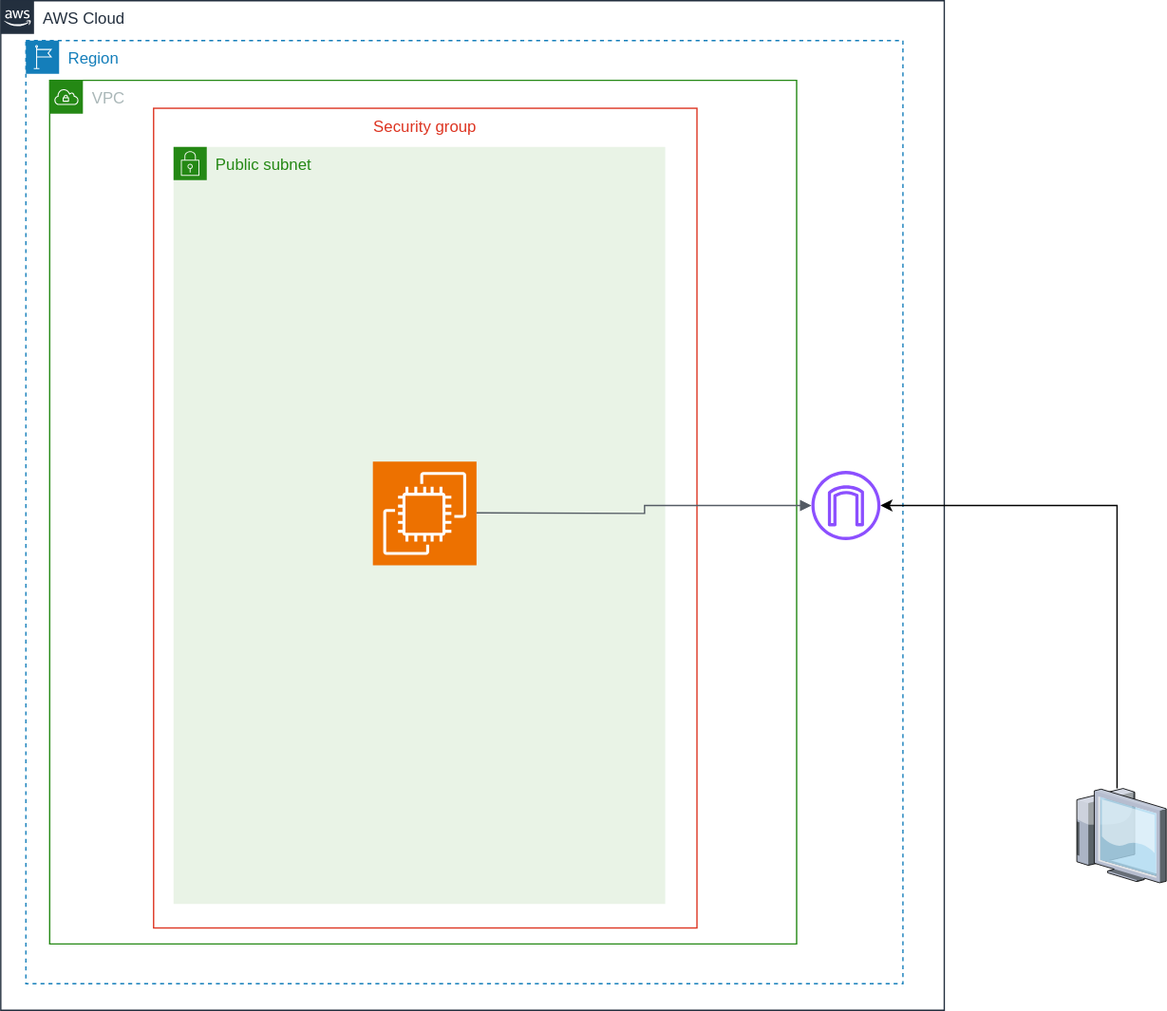
Before: assets/cenário.svg, a diagram exported from draw.io (joaopaulonr/aws-nfs-deployment). Source tidied: cells renumbered, new cells last; positions are measured from the earlier drawing's top-left corner, leaving out a move shared by most shapes. The source it was exported from:
```xml
<mxGraphModel>
  <root>
    <mxCell id="0" />
    <mxCell id="1" parent="0" />
    <mxCell id="2" value="AWS Cloud" style="gradientColor=none;html=1;whiteSpace=wrap;fontSize=12;fontStyle=0;shape=mxgraph.aws4.group;grIcon=mxgraph.aws4.group_aws_cloud_alt;strokeColor=#232F3E;fillColor=none;verticalAlign=top;align=left;spacingLeft=30;fontColor=#232F3E;dashed=0;labelBackgroundColor=#ffffff;" parent="1" vertex="1">
      <mxGeometry width="710" height="760" as="geometry" />
    </mxCell>
    <mxCell id="3" style="group;" parent="1" vertex="1">
      <mxGeometry x="18.9" y="30" width="731.1" height="710" as="geometry" />
    </mxCell>
    <mxCell id="4" value="Region" style="gradientColor=none;html=1;whiteSpace=wrap;fontSize=12;fontStyle=0;shape=mxgraph.aws4.group;grIcon=mxgraph.aws4.group_region;strokeColor=#147EBA;fillColor=none;verticalAlign=top;align=left;spacingLeft=30;fontColor=#147EBA;dashed=1;" parent="3" vertex="1">
      <mxGeometry width="660" height="710" as="geometry" />
    </mxCell>
    <mxCell id="5" value="VPC" style="gradientColor=none;html=1;whiteSpace=wrap;fontSize=12;fontStyle=0;shape=mxgraph.aws4.group;grIcon=mxgraph.aws4.group_vpc;strokeColor=#248814;fillColor=none;verticalAlign=top;align=left;spacingLeft=30;fontColor=#AAB7B8;dashed=0;" parent="4" vertex="1">
      <mxGeometry x="17.9" y="30" width="562.1" height="650" as="geometry" />
    </mxCell>
    <mxCell id="6" value="Public subnet" style="gradientColor=none;html=1;whiteSpace=wrap;fontSize=12;fontStyle=0;shape=mxgraph.aws4.group;grIcon=mxgraph.aws4.group_security_group;grStroke=0;strokeColor=#248814;fillColor=#E9F3E6;verticalAlign=top;align=left;spacingLeft=30;fontColor=#248814;dashed=0;" parent="5" vertex="1">
      <mxGeometry x="93.2" y="50" width="370" height="570" as="geometry" />
    </mxCell>
    <mxCell id="7" style="sketch=0;outlineConnect=0;fontColor=#232F3E;gradientColor=none;fillColor=#8C4FFF;strokeColor=none;dashed=0;verticalLabelPosition=bottom;verticalAlign=top;align=center;html=1;fontSize=12;fontStyle=0;shape=mxgraph.aws4.internet_gateway;" parent="3" vertex="1">
      <mxGeometry x="591.1" y="324" width="52" height="52" as="geometry" />
    </mxCell>
    <mxCell id="8" value="Security group" style="fillColor=none;strokeColor=#DD3522;verticalAlign=top;fontStyle=0;fontColor=#DD3522;whiteSpace=wrap;html=1;" parent="3" vertex="1">
      <mxGeometry x="96.1" y="51" width="408.9" height="617" as="geometry" />
    </mxCell>
    <mxCell id="9" style="sketch=0;fontColor=#232F3E;fillColor=#ED7100;strokeColor=#ffffff;dashed=0;verticalLabelPosition=bottom;verticalAlign=top;align=center;html=1;fontSize=12;fontStyle=0;shape=mxgraph.aws4.resourceIcon;resIcon=mxgraph.aws4.ec2;" parent="3" vertex="1">
      <mxGeometry x="261.1" y="317" width="78" height="78" as="geometry" />
    </mxCell>
    <mxCell id="10" style="edgeStyle=orthogonalEdgeStyle;html=1;endArrow=block;elbow=vertical;startArrow=none;endFill=1;strokeColor=#545B64;rounded=0;" parent="3" edge="1" target="7">
      <mxGeometry relative="1" as="geometry">
        <mxPoint x="339.1" y="355.5" as="sourcePoint" />
      </mxGeometry>
    </mxCell>
    <mxCell id="11" style="edgeStyle=orthogonalEdgeStyle;rounded=0;jettySize=auto;html=1;" parent="1" edge="1" source="12" target="7">
      <mxGeometry relative="1" as="geometry">
        <Array as="points">
          <mxPoint x="840" y="380" />
        </Array>
      </mxGeometry>
    </mxCell>
    <mxCell id="12" style="verticalLabelPosition=bottom;sketch=0;html=1;verticalAlign=top;strokeColor=none;align=center;outlineConnect=0;shape=mxgraph.citrix.thin_client;" parent="1" vertex="1">
      <mxGeometry x="806" y="593" width="71" height="71" as="geometry" />
    </mxCell>
  </root>
</mxGraphModel>
```
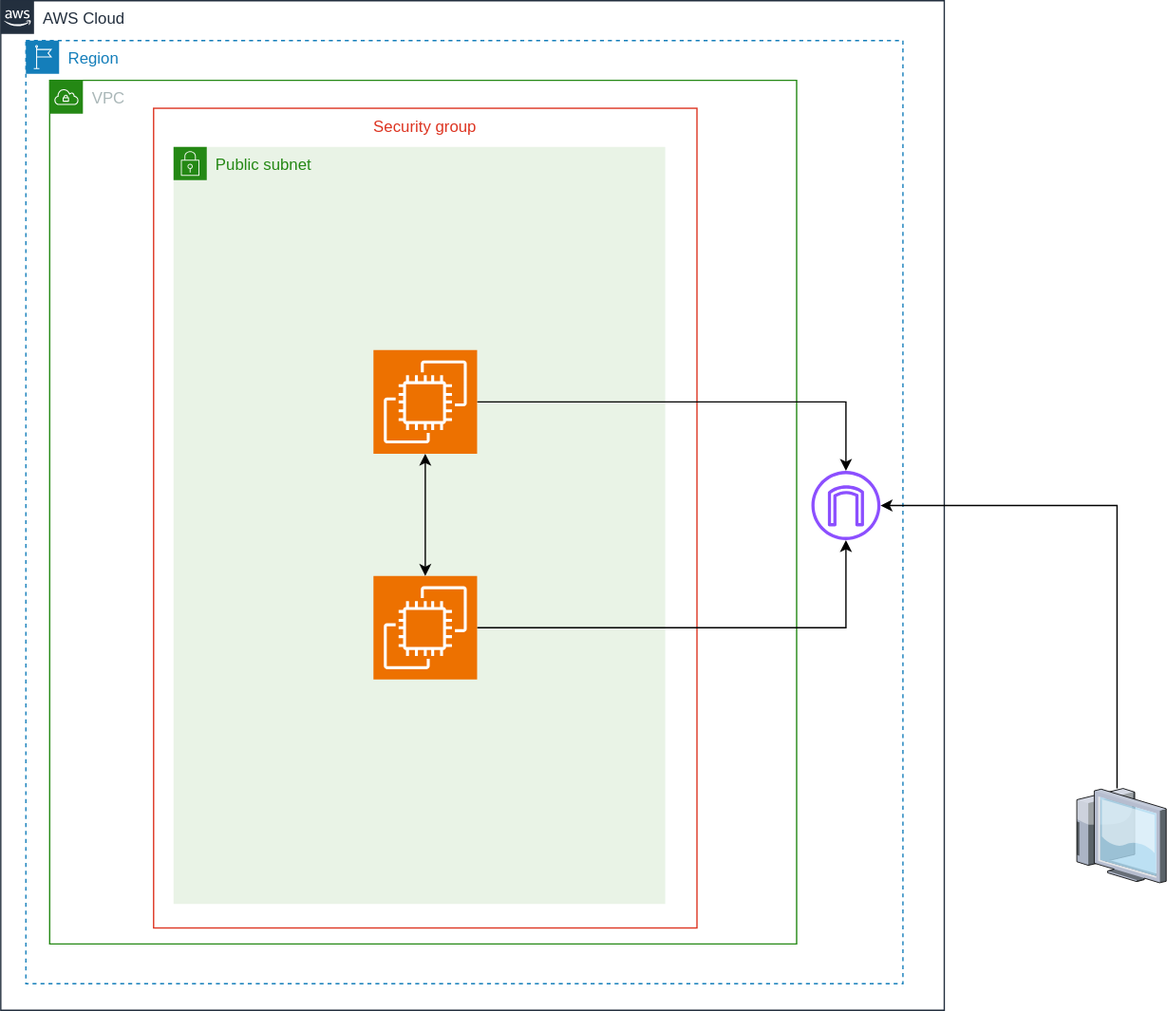
Later version of the same file.

Commit message:
Cenário atualizado

The edit, as a diff of the source:
```diff
@@ -23,23 +23,30 @@
     <mxCell id="8" value="Security group" style="fillColor=none;strokeColor=#DD3522;verticalAlign=top;fontStyle=0;fontColor=#DD3522;whiteSpace=wrap;html=1;" parent="3" vertex="1">
       <mxGeometry x="96.1" y="51" width="408.9" height="617" as="geometry" />
     </mxCell>
-    <mxCell id="9" style="sketch=0;fontColor=#232F3E;fillColor=#ED7100;strokeColor=#ffffff;dashed=0;verticalLabelPosition=bottom;verticalAlign=top;align=center;html=1;fontSize=12;fontStyle=0;shape=mxgraph.aws4.resourceIcon;resIcon=mxgraph.aws4.ec2;" parent="3" vertex="1">
-      <mxGeometry x="261.1" y="317" width="78" height="78" as="geometry" />
+    <mxCell id="9" style="edgeStyle=orthogonalEdgeStyle;rounded=0;jettySize=auto;html=1;" parent="3" edge="1" source="10" target="7">
+      <mxGeometry relative="1" as="geometry" />
     </mxCell>
-    <mxCell id="10" style="edgeStyle=orthogonalEdgeStyle;html=1;endArrow=block;elbow=vertical;startArrow=none;endFill=1;strokeColor=#545B64;rounded=0;" parent="3" edge="1" target="7">
-      <mxGeometry relative="1" as="geometry">
-        <mxPoint x="339.1" y="355.5" as="sourcePoint" />
-      </mxGeometry>
+    <mxCell id="10" style="sketch=0;points=[[0,0,0],[0.25,0,0],[0.5,0,0],[0.75,0,0],[1,0,0],[0,1,0],[0.25,1,0],[0.5,1,0],[0.75,1,0],[1,1,0],[0,0.25,0],[0,0.5,0],[0,0.75,0],[1,0.25,0],[1,0.5,0],[1,0.75,0]];outlineConnect=0;fontColor=#232F3E;fillColor=#ED7100;strokeColor=#ffffff;dashed=0;verticalLabelPosition=bottom;verticalAlign=top;align=center;html=1;fontSize=12;fontStyle=0;shape=mxgraph.aws4.resourceIcon;resIcon=mxgraph.aws4.ec2;" parent="3" vertex="1">
+      <mxGeometry x="261.6" y="403" width="78" height="78" as="geometry" />
     </mxCell>
-    <mxCell id="11" style="edgeStyle=orthogonalEdgeStyle;rounded=0;jettySize=auto;html=1;" parent="1" edge="1" source="12" target="7">
-      <mxGeometry relative="1" as="geometry">
-        <Array as="points">
-          <mxPoint x="840" y="380" />
-        </Array>
-      </mxGeometry>
+    <mxCell id="11" style="edgeStyle=orthogonalEdgeStyle;rounded=0;jettySize=auto;html=1;" parent="3" edge="1" source="12" target="7">
+      <mxGeometry relative="1" as="geometry" />
     </mxCell>
-    <mxCell id="12" style="verticalLabelPosition=bottom;sketch=0;html=1;verticalAlign=top;strokeColor=none;align=center;outlineConnect=0;shape=mxgraph.citrix.thin_client;" parent="1" vertex="1">
-      <mxGeometry x="806" y="593" width="71" height="71" as="geometry" />
+    <mxCell id="12" style="sketch=0;points=[[0,0,0],[0.25,0,0],[0.5,0,0],[0.75,0,0],[1,0,0],[0,1,0],[0.25,1,0],[0.5,1,0],[0.75,1,0],[1,1,0],[0,0.25,0],[0,0.5,0],[0,0.75,0],[1,0.25,0],[1,0.5,0],[1,0.75,0]];outlineConnect=0;fontColor=#232F3E;fillColor=#ED7100;strokeColor=#ffffff;dashed=0;verticalLabelPosition=bottom;verticalAlign=top;align=center;html=1;fontSize=12;fontStyle=0;shape=mxgraph.aws4.resourceIcon;resIcon=mxgraph.aws4.ec2;" parent="3" vertex="1">
+      <mxGeometry x="261.6" y="233" width="78" height="78" as="geometry" />
     </mxCell>
+    <mxCell id="13" style="endArrow=classic;startArrow=classic;html=1;rounded=0;entryX=0.5;entryY=1;entryDx=0;entryDy=0;entryPerimeter=0;exitX=0.5;exitY=0;exitDx=0;exitDy=0;exitPerimeter=0;" parent="3" edge="1" source="10" target="12">
+      <mxGeometry relative="1" as="geometry" />
+    </mxCell>
+    <mxCell id="14" style="edgeStyle=orthogonalEdgeStyle;rounded=0;jettySize=auto;html=1;" parent="1" edge="1" source="15" target="7">
+      <mxGeometry relative="1" as="geometry">
+        <Array as="points">
+          <mxPoint x="840" y="380" />
+        </Array>
+      </mxGeometry>
+    </mxCell>
+    <mxCell id="15" style="verticalLabelPosition=bottom;sketch=0;html=1;verticalAlign=top;strokeColor=none;align=center;outlineConnect=0;shape=mxgraph.citrix.thin_client;" parent="1" vertex="1">
+      <mxGeometry x="806" y="593" width="71" height="71" as="geometry" />
+    </mxCell>
   </root>
 </mxGraphModel>
```
